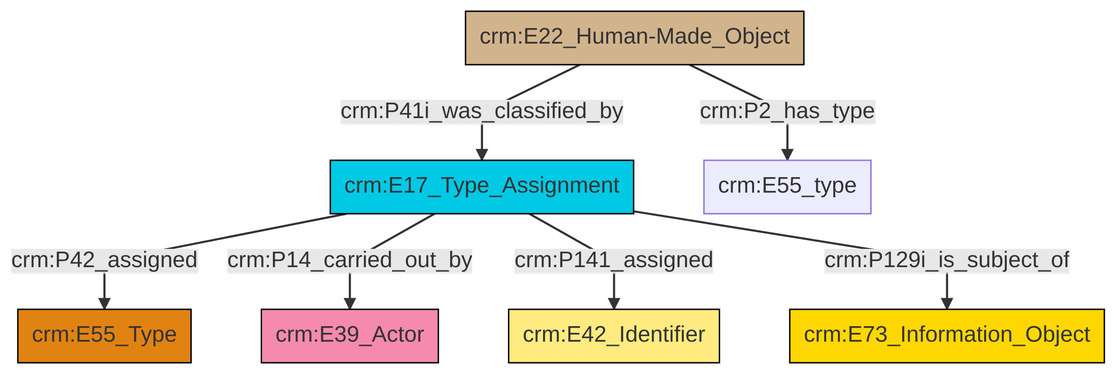
This is et/builtWorkCSV/ttl/mmd/png/Built_Work_designation_status.png from swiss-art-research-net/docs.swissartresearch, a Mermaid export, as it was before one commit. Its source is kept beside it as et/builtWorkCSV/ttl/mmd/Built_Work_designation_status.ttl.mmd.
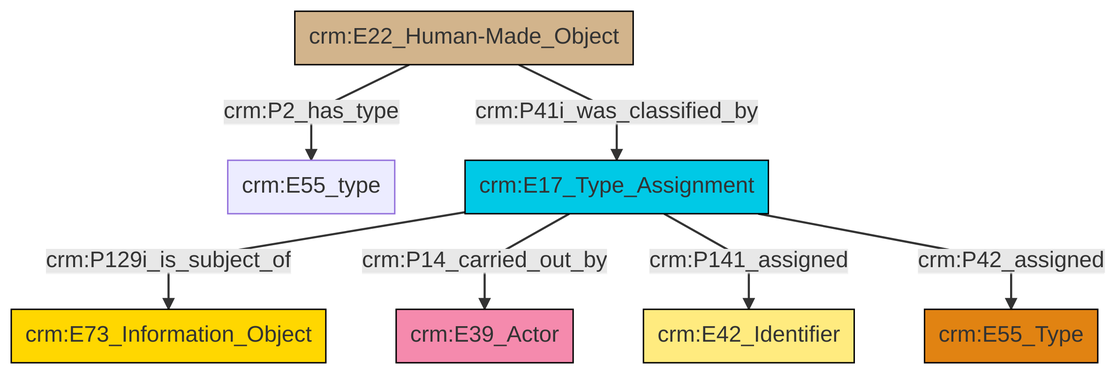
After the change.

Change to the diagram source:
```diff
@@ -13,9 +13,9 @@
 classDef PC_Classes fill:#4ce600, stroke:#000000;
 classDef Multi fill:#cccccc,stroke:#000000;
 
-4["crm:E17_Type_Assignment"]:::Temporal_Entity -->|crm:P42_assigned| 5["crm:E55_Type"]:::Type
-4["crm:E17_Type_Assignment"]:::Temporal_Entity -->|crm:P14_carried_out_by| 6["crm:E39_Actor"]:::Actor
-4["crm:E17_Type_Assignment"]:::Temporal_Entity -->|crm:P141_assigned| 0["crm:E42_Identifier"]:::Appellation
-4["crm:E17_Type_Assignment"]:::Temporal_Entity -->|crm:P129i_is_subject_of| 10["crm:E73_Information_Object"]:::Conceptual_Object
-2["crm:E22_Human-Made_Object"]:::Physical_Thing -->|crm:P41i_was_classified_by| 4["crm:E17_Type_Assignment"]:::Temporal_Entity
-2["crm:E22_Human-Made_Object"]:::Physical_Thing -->|crm:P2_has_type| 7["crm:E55_type"]:::Default
+4["crm:E17_Type_Assignment"]:::Temporal_Entity -->|crm:P129i_is_subject_of| 5["crm:E73_Information_Object"]:::Conceptual_Object
+4["crm:E17_Type_Assignment"]:::Temporal_Entity -->|crm:P14_carried_out_by| 2["crm:E39_Actor"]:::Actor
+8["crm:E22_Human-Made_Object"]:::Physical_Thing -->|crm:P41i_was_classified_by| 4["crm:E17_Type_Assignment"]:::Temporal_Entity
+8["crm:E22_Human-Made_Object"]:::Physical_Thing -->|crm:P2_has_type| 0["crm:E55_type"]:::Default
+4["crm:E17_Type_Assignment"]:::Temporal_Entity -->|crm:P141_assigned| 6["crm:E42_Identifier"]:::Appellation
+4["crm:E17_Type_Assignment"]:::Temporal_Entity -->|crm:P42_assigned| 9["crm:E55_Type"]:::Type
```
